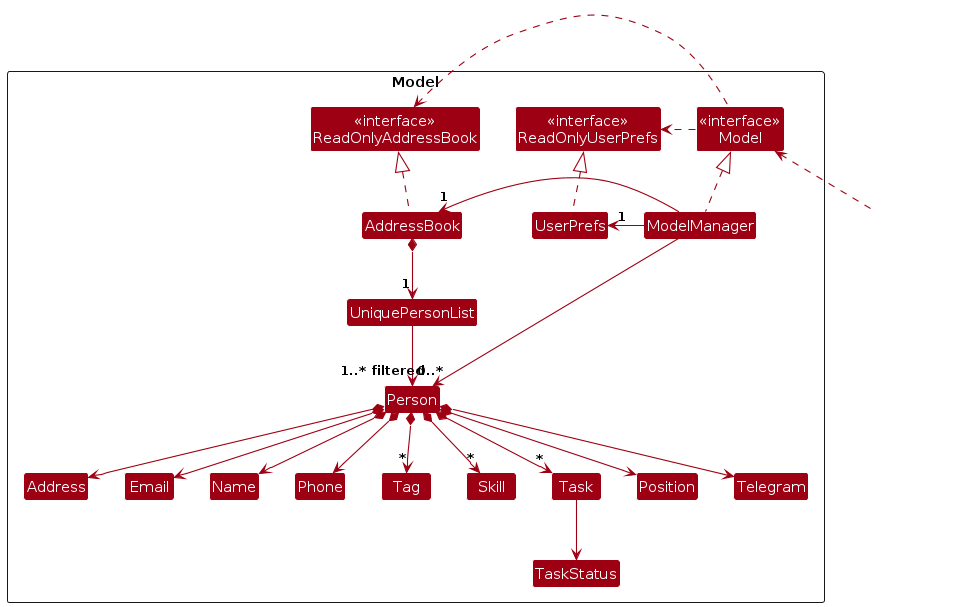
bkkuan/tp keeps this PlantUML diagram as diagrams/ModelClassDiagram.png. Above is the earlier version. Its source is kept beside it as diagrams/ModelClassDiagram.puml.
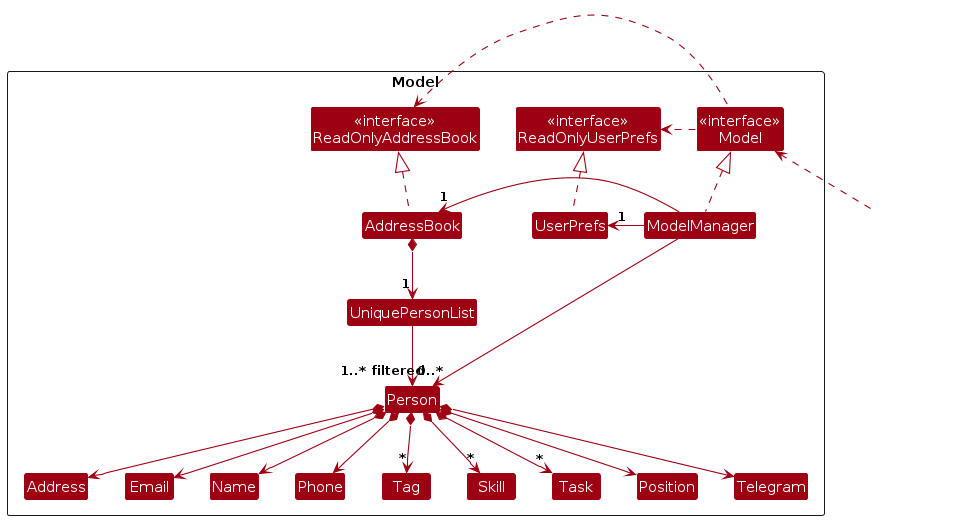
The same diagram one commit later.

Diff of the diagram source:
```diff
@@ -22,11 +22,6 @@
   Class Skill
   Class Task {
     - dueDate : LocalDate
-  }
-  Enum TaskStatus {
-    YET_TO_START
-    IN_PROGRESS
-    COMPLETED
   }
   Class Position
   Class Telegram
@@ -59,8 +54,6 @@
 Person *--> Telegram
 Person *--> "*" Task
 
-Task --> TaskStatus
-
 ModelManager --> "1..* filtered" Person
 
 @enduml
```
